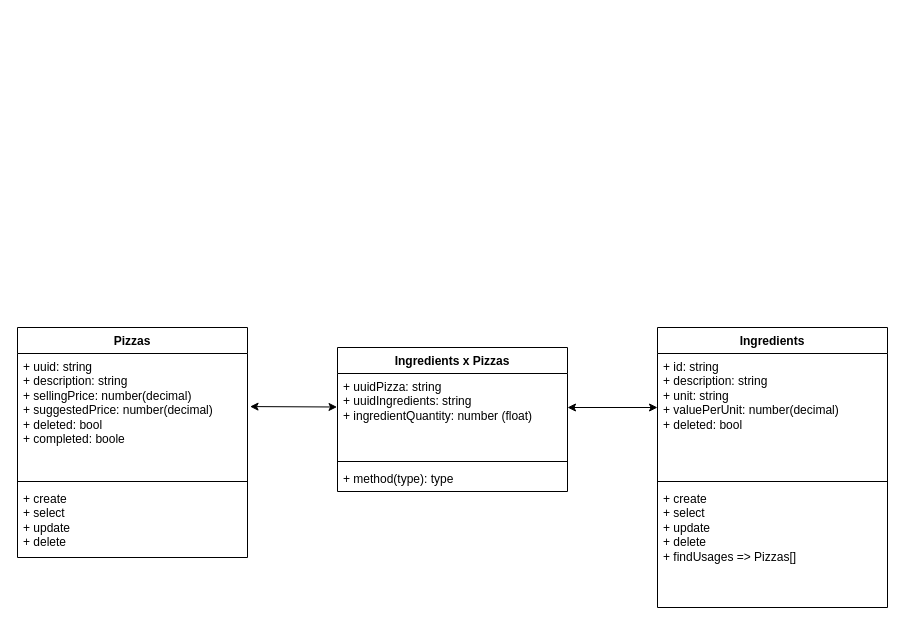
Before: Docs/Pizzaria.drawio in thiagoelias99/PizzaHub, a draw.io diagram. Source tidied: cells renumbered, new cells numbered last; positions are measured from the earlier drawing's top-left corner, leaving out a move shared by most shapes. Both pictures are drawn from the tidied source at 100%, with x=0, y=0 at pixel (17, 327).
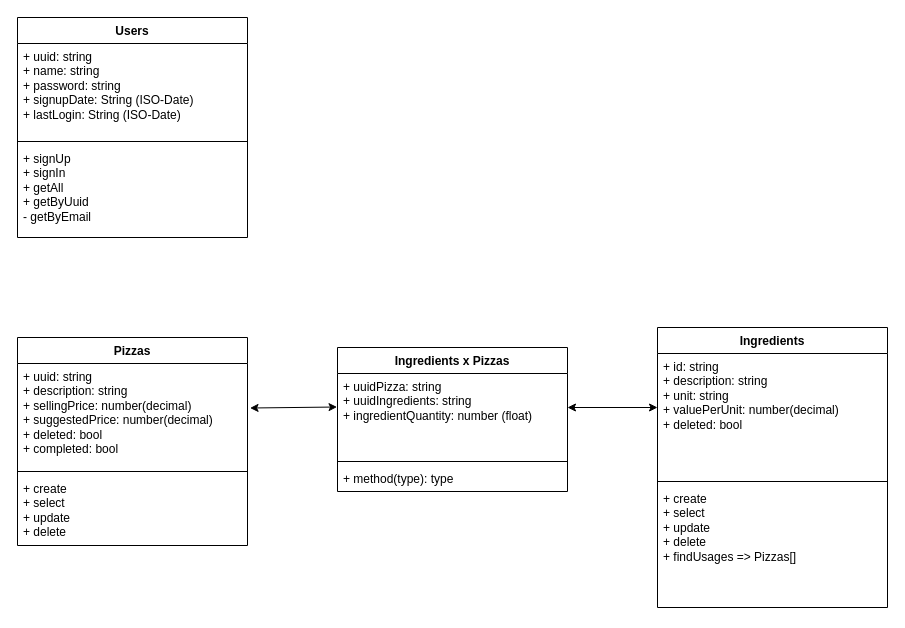
The same page after the edit.

Commit message (it also covers changes not shown here):
created model Ingredient

The edit, as a diff of the source:
```diff
@@
     <mxCell id="2" value="Pizzas" style="swimlane;fontStyle=1;align=center;verticalAlign=top;horizontal=1;startSize=26;whiteSpace=wrap;html=1;" parent="1" vertex="1">
-      <mxGeometry width="230" height="230" as="geometry" />
+      <mxGeometry y="10" width="230" height="208" as="geometry" />
     </mxCell>
-    <mxCell id="3" value="+ uuid: string&lt;br&gt;+&amp;nbsp;description: string&lt;br&gt;+&amp;nbsp;sellingPrice: number(decimal)&lt;br&gt;+ suggestedPrice: number(decimal)&lt;br&gt;+ deleted: bool&lt;br&gt;+ completed: boole" style="text;strokeColor=none;fillColor=none;align=left;verticalAlign=top;spacingLeft=4;spacingRight=4;overflow=hidden;points=[[0,0.5],[1,0.5]];portConstraint=eastwest;whiteSpace=wrap;html=1;" parent="2" vertex="1">
-      <mxGeometry y="26" width="230" height="124" as="geometry" />
+    <mxCell id="3" value="+ uuid: string&lt;br&gt;+&amp;nbsp;description: string&lt;br&gt;+&amp;nbsp;sellingPrice: number(decimal)&lt;br&gt;+ suggestedPrice: number(decimal)&lt;br&gt;+ deleted: bool&lt;br&gt;+ completed: bool" style="text;strokeColor=none;fillColor=none;align=left;verticalAlign=top;spacingLeft=4;spacingRight=4;overflow=hidden;points=[[0,0.5],[1,0.5]];portConstraint=eastwest;whiteSpace=wrap;html=1;" parent="2" vertex="1">
+      <mxGeometry y="26" width="230" height="104" as="geometry" />
     </mxCell>
     <mxCell id="4" style="line;strokeWidth=1;fillColor=none;align=left;verticalAlign=middle;spacingTop=-1;spacingLeft=3;spacingRight=3;labelPosition=right;strokeColor=inherit;" parent="2" vertex="1">
-      <mxGeometry y="150" width="230" height="8" as="geometry" />
+      <mxGeometry y="130" width="230" height="8" as="geometry" />
     </mxCell>
     <mxCell id="5" value="+ create&lt;br style=&quot;border-color: var(--border-color);&quot;&gt;+ select&lt;br style=&quot;border-color: var(--border-color);&quot;&gt;+ update&lt;br style=&quot;border-color: var(--border-color);&quot;&gt;+ delete" style="text;strokeColor=none;fillColor=none;align=left;verticalAlign=top;spacingLeft=4;spacingRight=4;overflow=hidden;whiteSpace=wrap;html=1;" parent="2" vertex="1">
-      <mxGeometry y="158" width="230" height="72" as="geometry" />
+      <mxGeometry y="138" width="230" height="70" as="geometry" />
     </mxCell>
@@
+    <mxCell id="16" value="Users" style="swimlane;fontStyle=1;align=center;verticalAlign=top;horizontal=1;startSize=26;whiteSpace=wrap;html=1;" parent="1" vertex="1">
+      <mxGeometry y="-310" width="230" height="220" as="geometry" />
+    </mxCell>
+    <mxCell id="17" value="+ uuid: string&lt;br&gt;+&amp;nbsp;name: string&lt;br&gt;+&amp;nbsp;password: string&lt;br&gt;+ signupDate: String (ISO-Date)&lt;br&gt;+ lastLogin: String (ISO-Date)" style="text;strokeColor=none;fillColor=none;align=left;verticalAlign=top;spacingLeft=4;spacingRight=4;overflow=hidden;whiteSpace=wrap;html=1;" parent="16" vertex="1">
+      <mxGeometry y="26" width="230" height="94" as="geometry" />
+    </mxCell>
+    <mxCell id="18" style="line;strokeWidth=1;fillColor=none;align=left;verticalAlign=middle;spacingTop=-1;spacingLeft=3;spacingRight=3;labelPosition=right;strokeColor=inherit;" parent="16" vertex="1">
+      <mxGeometry y="120" width="230" height="8" as="geometry" />
+    </mxCell>
+    <mxCell id="19" value="+ signUp&lt;br style=&quot;border-color: var(--border-color);&quot;&gt;+ signIn&lt;br style=&quot;border-color: var(--border-color);&quot;&gt;+ getAll&lt;br style=&quot;border-color: var(--border-color);&quot;&gt;+ getByUuid&lt;br&gt;- getByEmail" style="text;strokeColor=none;fillColor=none;align=left;verticalAlign=top;spacingLeft=4;spacingRight=4;overflow=hidden;whiteSpace=wrap;html=1;" parent="16" vertex="1">
+      <mxGeometry y="128" width="230" height="92" as="geometry" />
+    </mxCell>
```
